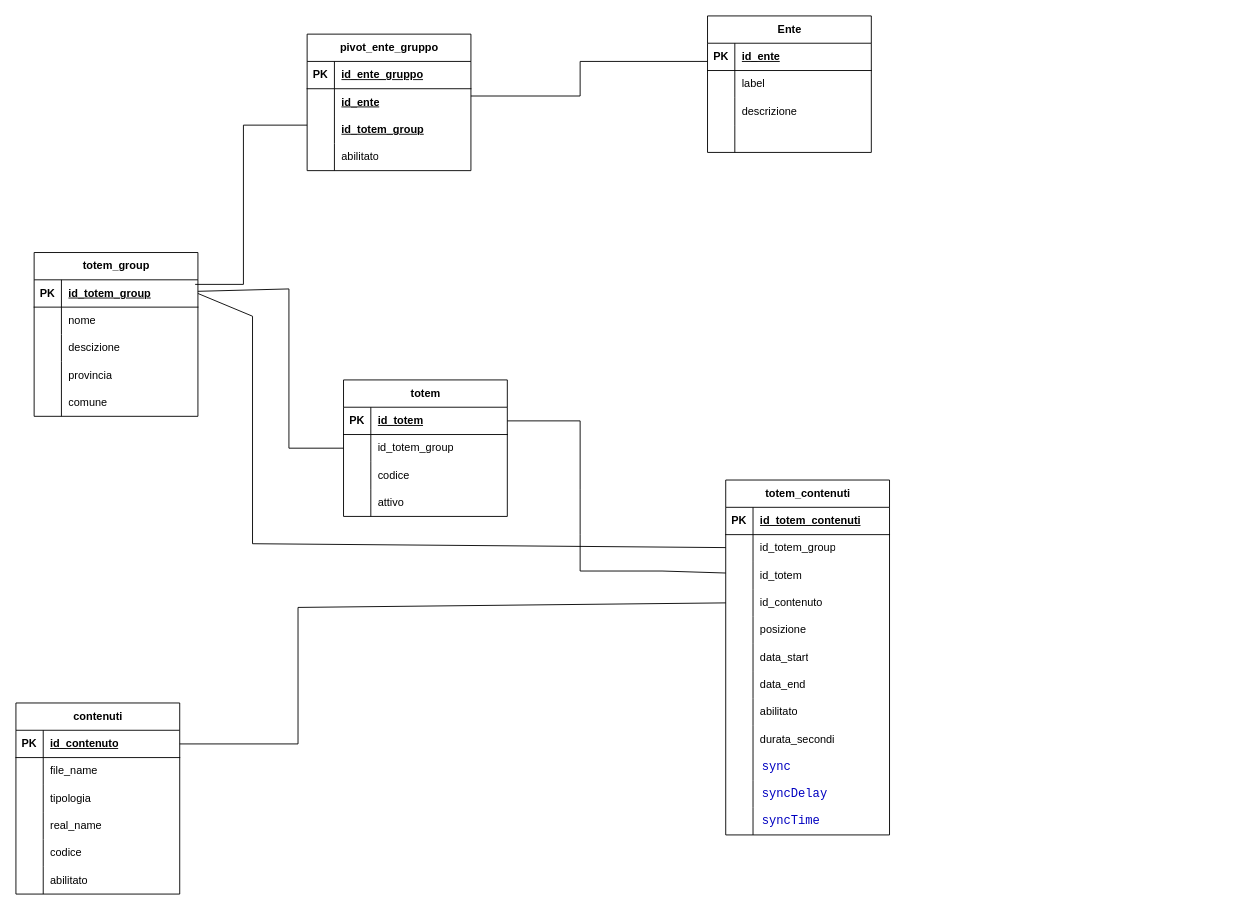
The draw.io diagram page "DataBase" (4 of 5) of Varie/infocitta/infocitta.drawio in ermaster27/documentazioni, before the edit. Source tidied: cells renumbered, new cells numbered last; positions are measured from the earlier drawing's top-left corner, leaving out a move shared by most shapes. Both pictures are drawn from the tidied source at 91%, with x=0, y=0 at pixel (15, 15).
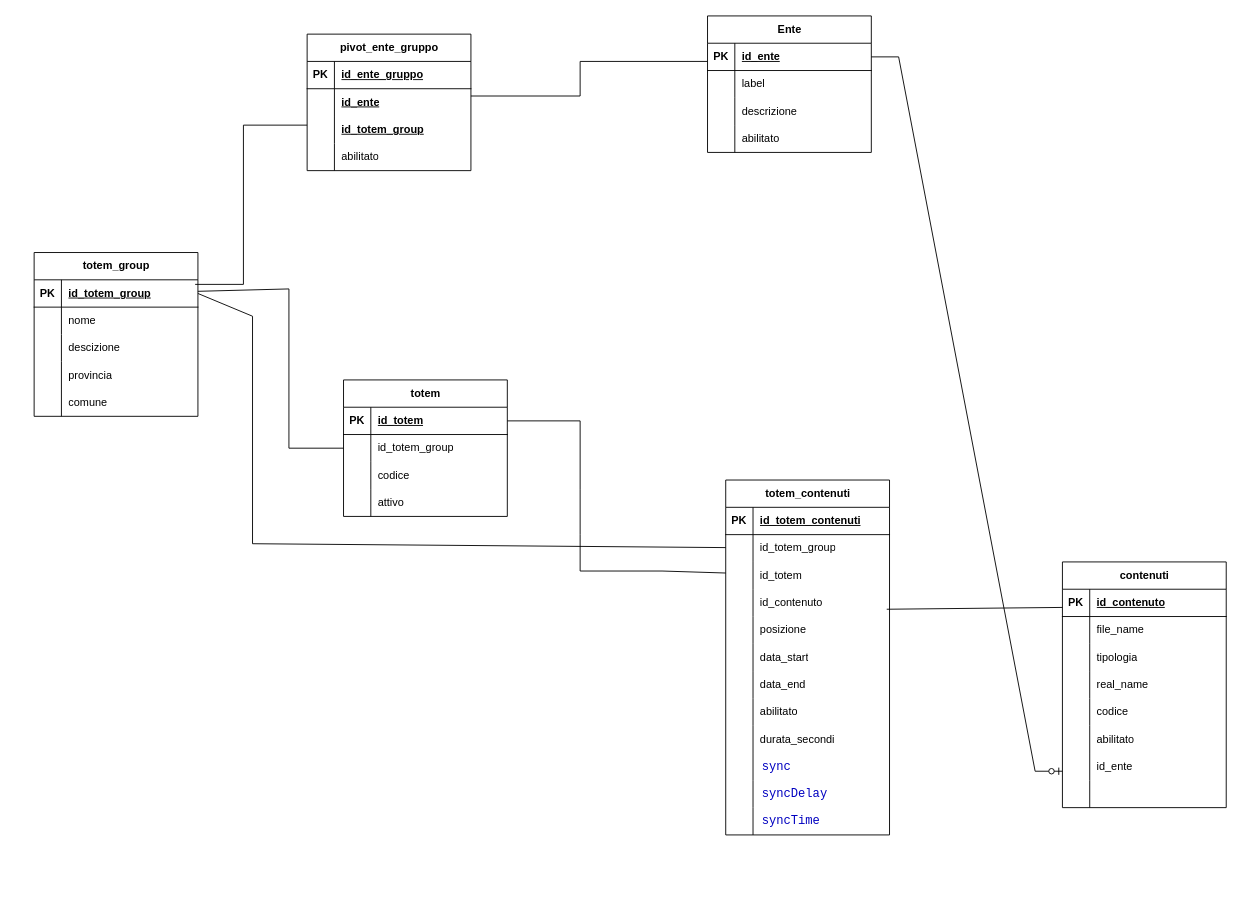
The same diagram, later.

Unchanged cells that the change refers to:
```xml
<mxCell id="33" style="shape=tableRow;horizontal=0;startSize=0;swimlaneHead=0;swimlaneBody=0;fillColor=none;points=[[0,0.5],[1,0.5]];portConstraint=eastwest;top=0;left=0;right=0;bottom=1;" parent="32" vertex="1">
  <mxGeometry y="30" width="180" height="30" as="geometry" />
</mxCell>
<mxCell id="61" style="shape=tableRow;horizontal=0;startSize=0;swimlaneHead=0;swimlaneBody=0;fillColor=none;points=[[0,0.5],[1,0.5]];portConstraint=eastwest;top=0;left=0;right=0;bottom=0;" parent="51" vertex="1">
  <mxGeometry y="120" width="180" height="30" as="geometry" />
</mxCell>
<mxCell id="92" style="shape=tableRow;horizontal=0;startSize=0;swimlaneHead=0;swimlaneBody=0;fillColor=none;points=[[0,0.5],[1,0.5]];portConstraint=eastwest;top=0;left=0;right=0;bottom=1;" parent="91" vertex="1">
  <mxGeometry y="30" width="180" height="30" as="geometry" />
</mxCell>
```

Change to the diagram source:
```diff
@@
     <mxCell id="32" value="contenuti" style="shape=table;startSize=30;childLayout=tableLayout;rowLines=0;fontStyle=1;align=center;html=1;" parent="1" vertex="1">
-      <mxGeometry y="755" width="180" height="210" as="geometry" />
+      <mxGeometry x="1150" y="600" width="180" height="270" as="geometry" />
     </mxCell>
@@
+    <mxCell id="119" style="shape=tableRow;horizontal=0;startSize=0;swimlaneHead=0;swimlaneBody=0;fillColor=none;top=0;left=0;right=0;bottom=0;" parent="32" vertex="1">
+      <mxGeometry y="210" width="180" height="30" as="geometry" />
+    </mxCell>
+    <mxCell id="120" style="shape=partialRectangle;fillColor=none;top=0;left=0;bottom=0;right=0;overflow=hidden;whiteSpace=wrap;html=1;" parent="119" vertex="1">
+      <mxGeometry width="30" height="30" as="geometry" />
+    </mxCell>
+    <mxCell id="121" value="id_ente" style="shape=partialRectangle;fillColor=none;top=0;left=0;bottom=0;right=0;align=left;spacingLeft=6;overflow=hidden;whiteSpace=wrap;html=1;" parent="119" vertex="1">
+      <mxGeometry x="30" width="150" height="30" as="geometry" />
+    </mxCell>
+    <mxCell id="122" style="shape=tableRow;horizontal=0;startSize=0;swimlaneHead=0;swimlaneBody=0;fillColor=none;top=0;left=0;right=0;bottom=0;" parent="32" vertex="1">
+      <mxGeometry y="240" width="180" height="30" as="geometry" />
+    </mxCell>
+    <mxCell id="123" style="shape=partialRectangle;fillColor=none;top=0;left=0;bottom=0;right=0;overflow=hidden;whiteSpace=wrap;html=1;" parent="122" vertex="1">
+      <mxGeometry width="30" height="30" as="geometry" />
+    </mxCell>
+    <mxCell id="124" style="shape=partialRectangle;fillColor=none;top=0;left=0;bottom=0;right=0;align=left;spacingLeft=6;overflow=hidden;whiteSpace=wrap;html=1;" parent="122" vertex="1">
+      <mxGeometry x="30" width="150" height="30" as="geometry" />
+    </mxCell>
@@
-    <mxCell id="89" style="endArrow=none;html=1;rounded=0;exitX=1;exitY=0.5;exitDx=0;exitDy=0;entryX=0;entryY=0.5;entryDx=0;entryDy=0;" parent="1" edge="1" source="33" target="61">
-      <mxGeometry relative="1" as="geometry">
-        <Array as="points">
-          <mxPoint x="310" y="800" />
-          <mxPoint x="310" y="650" />
-        </Array>
-      </mxGeometry>
-    </mxCell>
@@
+    <mxCell id="125" value="abilitato" style="shape=partialRectangle;fillColor=none;top=0;left=0;bottom=0;right=0;align=left;spacingLeft=6;overflow=hidden;whiteSpace=wrap;html=1;" parent="1" vertex="1">
+      <mxGeometry x="790" y="120" width="150" height="30" as="geometry" />
+    </mxCell>
+    <mxCell id="126" style="endArrow=none;html=1;rounded=0;exitX=0.983;exitY=0.733;exitDx=0;exitDy=0;exitPerimeter=0;" parent="1" edge="1" source="61">
+      <mxGeometry relative="1" as="geometry">
+        <mxPoint x="1150" y="650" as="targetPoint" />
+      </mxGeometry>
+    </mxCell>
+    <mxCell id="127" style="edgeStyle=entityRelationEdgeStyle;fontSize=12;html=1;endArrow=ERzeroToOne;endFill=1;rounded=0;exitX=1;exitY=0.5;exitDx=0;exitDy=0;" parent="1" edge="1" source="92">
+      <mxGeometry relative="1" as="geometry">
+        <mxPoint x="1150" y="830" as="targetPoint" />
+        <Array as="points">
+          <mxPoint x="1450" y="1160" />
+          <mxPoint x="1050" y="810" />
+          <mxPoint x="1040" y="610" />
+          <mxPoint x="1040" y="830" />
+          <mxPoint x="1050" y="790" />
+          <mxPoint x="1420" y="1060" />
+        </Array>
+      </mxGeometry>
+    </mxCell>
```
